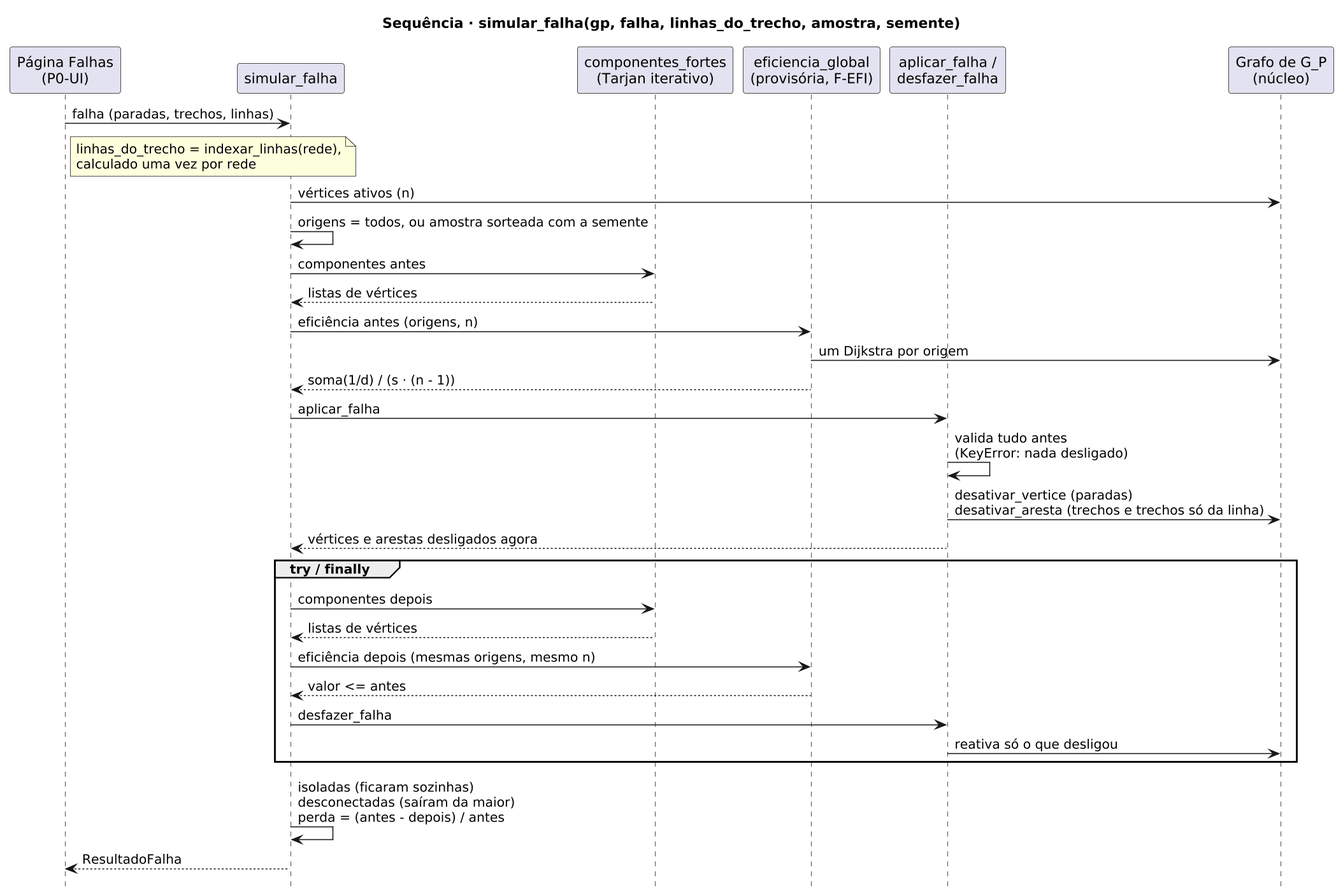
This is docs/diagramas/sequencia-falhas.png from henriquegdc/grafos-transporte-bh, a PlantUML export, as it was before one commit. The source it was exported from:
```plantuml
@startuml
!pragma teoz true
skinparam dpi 150
skinparam shadowing false
skinparam sequenceMessageAlign left
title Sequência · simular_falha(gp, falha, linhas_do_trecho, amostra, semente)
hide footbox

participant "Página Falhas\n(P0-UI)" as UI
participant "simular_falha" as S
participant "componentes_fortes\n(Tarjan iterativo)" as T
participant "eficiencia_global\n(provisória, F-EFI)" as E
participant "aplicar_falha /\ndesfazer_falha" as F
participant "Grafo de G_P\n(núcleo)" as G

UI -> S : falha (paradas, trechos, linhas)
note right of UI : linhas_do_trecho = indexar_linhas(rede),\ncalculado uma vez por rede
S -> G : vértices ativos (n)
S -> S : origens = todos, ou amostra sorteada com a semente
S -> T : componentes antes
T --> S : listas de vértices
S -> E : eficiência antes (origens, n)
E -> G : um Dijkstra por origem
E --> S : soma(1/d) / (s · (n - 1))
S -> F : aplicar_falha
F -> F : valida tudo antes\n(KeyError: nada desligado)
F -> G : desativar_vertice (paradas)\ndesativar_aresta (trechos e trechos só da linha)
F --> S : vértices e arestas desligados agora
group try / finally
  S -> T : componentes depois
  T --> S : listas de vértices
  S -> E : eficiência depois (mesmas origens, mesmo n)
  E --> S : valor <= antes
  S -> F : desfazer_falha
  F -> G : reativa só o que desligou
end
S -> S : isoladas (ficaram sozinhas)\ndesconectadas (saíram da maior)\nperda = (antes - depois) / antes
S --> UI : ResultadoFalha
@enduml
```
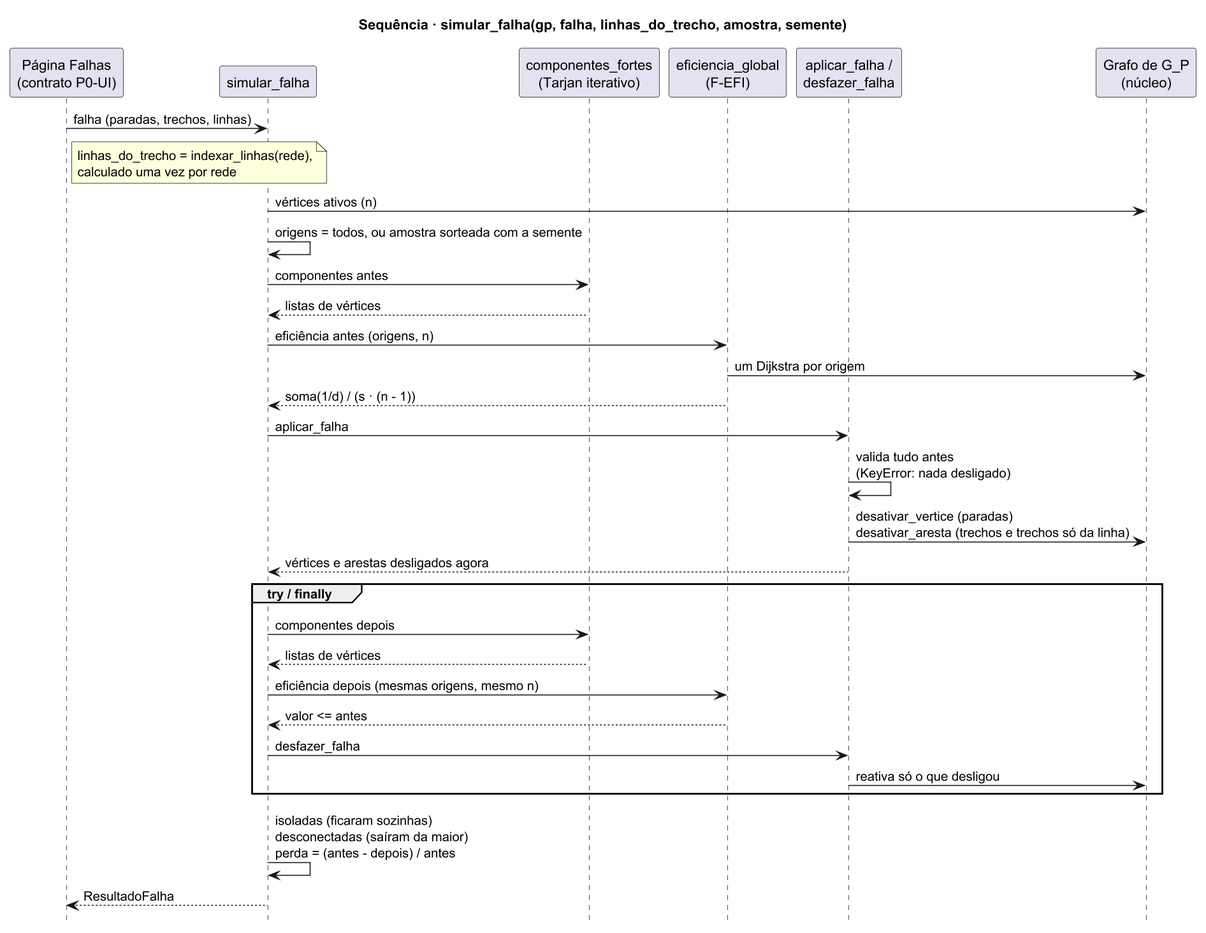
After the commit.

Commit message:
docs(F-RES): perda exata da linha 832, variação da amostra, figura da página e diagrama

The edit, as a diff of the source:
```diff
@@ -1,4 +1,4 @@
-@startuml
+@startuml sequencia-falhas
 !pragma teoz true
 skinparam dpi 150
 skinparam shadowing false
@@ -6,10 +6,10 @@
 title Sequência · simular_falha(gp, falha, linhas_do_trecho, amostra, semente)
 hide footbox
 
-participant "Página Falhas\n(P0-UI)" as UI
+participant "Página Falhas\n(contrato P0-UI)" as UI
 participant "simular_falha" as S
 participant "componentes_fortes\n(Tarjan iterativo)" as T
-participant "eficiencia_global\n(provisória, F-EFI)" as E
+participant "eficiencia_global\n(F-EFI)" as E
 participant "aplicar_falha /\ndesfazer_falha" as F
 participant "Grafo de G_P\n(núcleo)" as G
 
```
